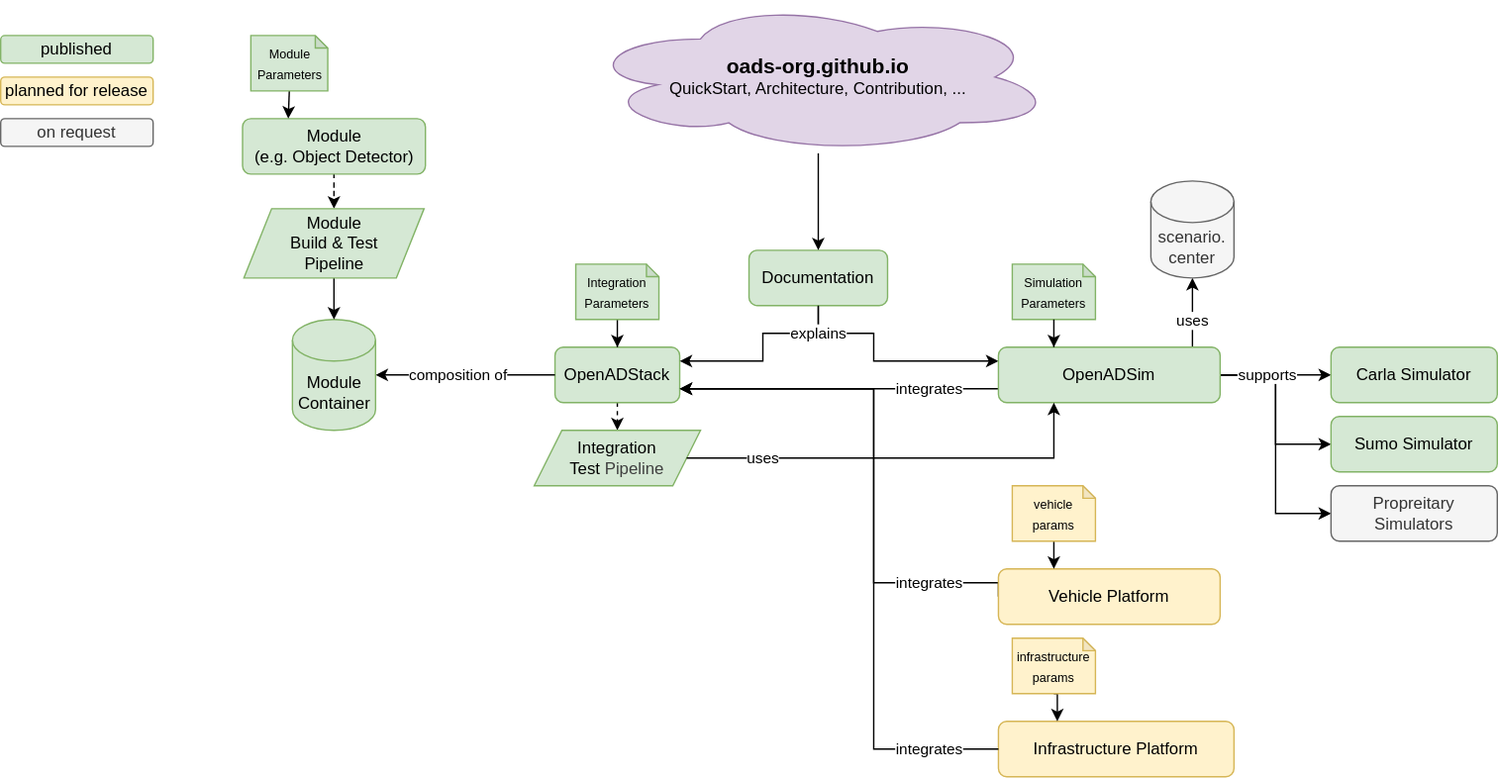
Earlier version of the draw.io export docs/design/architecture.drawio.svg (openads-project/openads-project.github.io). Source tidied: cells renumbered, new cells last; positions are measured from the earlier drawing's top-left corner, leaving out a move shared by most shapes.
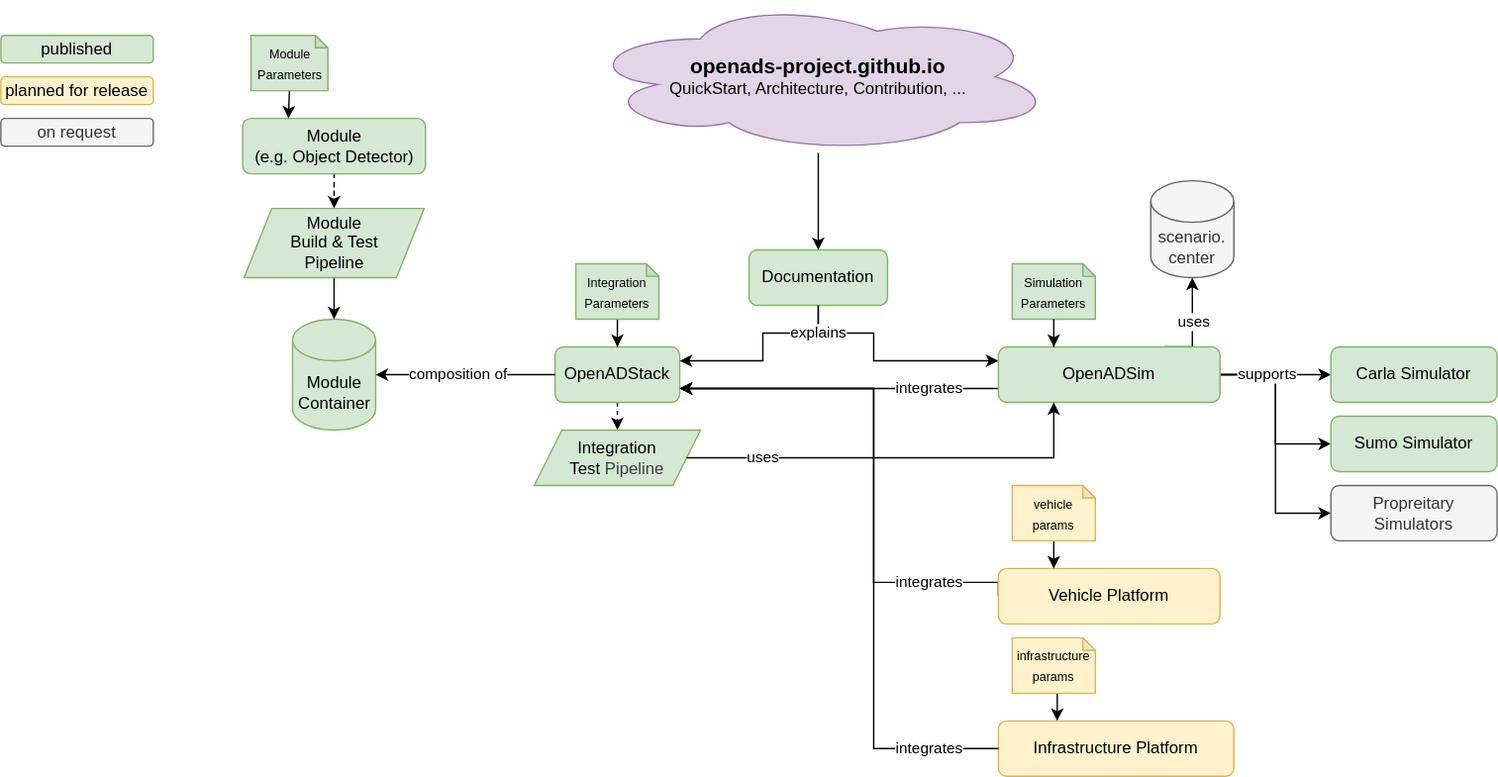
Later version of the same file.

Change to the diagram source:
```diff
@@ -38,7 +38,7 @@
     <mxCell id="11" style="edgeStyle=orthogonalEdgeStyle;rounded=0;jettySize=auto;html=1;entryX=0.5;entryY=0;entryDx=0;entryDy=0;" parent="1" edge="1" source="12" target="7">
       <mxGeometry relative="1" as="geometry" />
     </mxCell>
-    <mxCell id="12" value="&lt;div&gt;&lt;b&gt;&lt;font style=&quot;font-size: 15px;&quot;&gt;oads-org.github.io&lt;/font&gt;&lt;/b&gt;&lt;/div&gt;QuickStart, Architecture, Contribution, ..." style="ellipse;shape=cloud;whiteSpace=wrap;html=1;fillColor=#e1d5e7;strokeColor=#9673a6;" parent="1" vertex="1">
+    <mxCell id="12" value="&lt;div&gt;&lt;span style=&quot;font-size: 15px;&quot;&gt;&lt;b&gt;openads-project.github.io&lt;/b&gt;&lt;/span&gt;&lt;/div&gt;QuickStart, Architecture, Contribution, ..." style="ellipse;shape=cloud;whiteSpace=wrap;html=1;fillColor=#e1d5e7;strokeColor=#9673a6;" parent="1" vertex="1">
       <mxGeometry x="420" width="340" height="110" as="geometry" />
     </mxCell>
     <mxCell id="13" value="published" style="rounded=1;whiteSpace=wrap;html=1;fillColor=#d5e8d4;strokeColor=#82b366;" parent="1" vertex="1">
```
